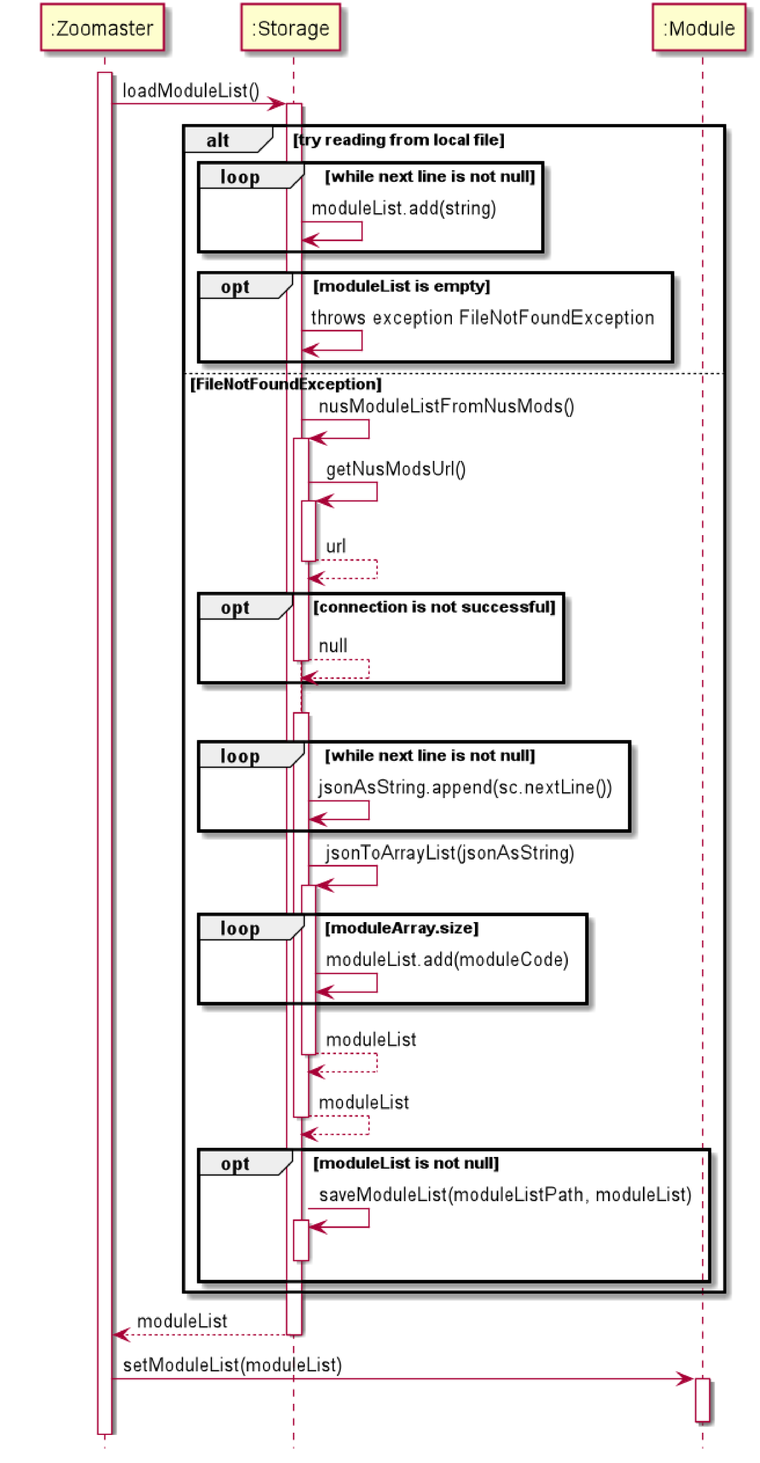
nus-cs2113-AY2021S1/tp keeps this PlantUML diagram as docs/diagrams/loadModuleList/getModuleList.png. Above is the earlier version. Its source is kept beside it as docs/diagrams/loadModuleList/getModuleList.puml. Its diagram source:
```plantuml
@startuml
hide footbox
skinparam ParticipantPadding 20

participant ":Zoomaster" as Zoomaster
participant ":Storage" as Storage
participant "<<class>> :Module" as Module


activate Zoomaster
Zoomaster-> Storage : loadModuleList()
activate Storage



alt try reading from local file

    loop while next line is not null
         Storage -> Storage : moduleList.add(string)

    end loop

    opt moduleList is empty
    Storage -> Storage : throws exception FileNotFoundException
    end opt


else FileNotFoundException
    Storage -> Storage : nusModuleListFromNusMods()
    activate Storage
        Storage -> Storage : getNusModsUrl()

        activate Storage
            Storage --> Storage : url
        deactivate Storage

        opt connection is not successful
            Storage --> Storage : null
            deactivate Storage
        end opt

            Storage -> Storage :
        activate Storage

            loop while next line is not null
                 Storage -> Storage : jsonAsString.append(sc.nextLine())

            end loop
            Storage -> Storage : jsonToArrayList(jsonAsString)
            activate Storage

                loop moduleArray.size
                Storage -> Storage : moduleList.add(moduleCode)
                end loop
                Storage --> Storage : moduleList

            deactivate Storage
            Storage --> Storage : moduleList
            deactivate Storage


                opt moduleList is not null
                    Storage -> Storage : saveModuleList(moduleListPath, moduleList)
                    activate Storage
                    deactivate Storage
                end opt
        end alt

                Storage --> Zoomaster : moduleList

        deactivate Storage




Zoomaster -> Module : setModuleList(moduleList)
activate Module
deactivate Module


@enduml
```
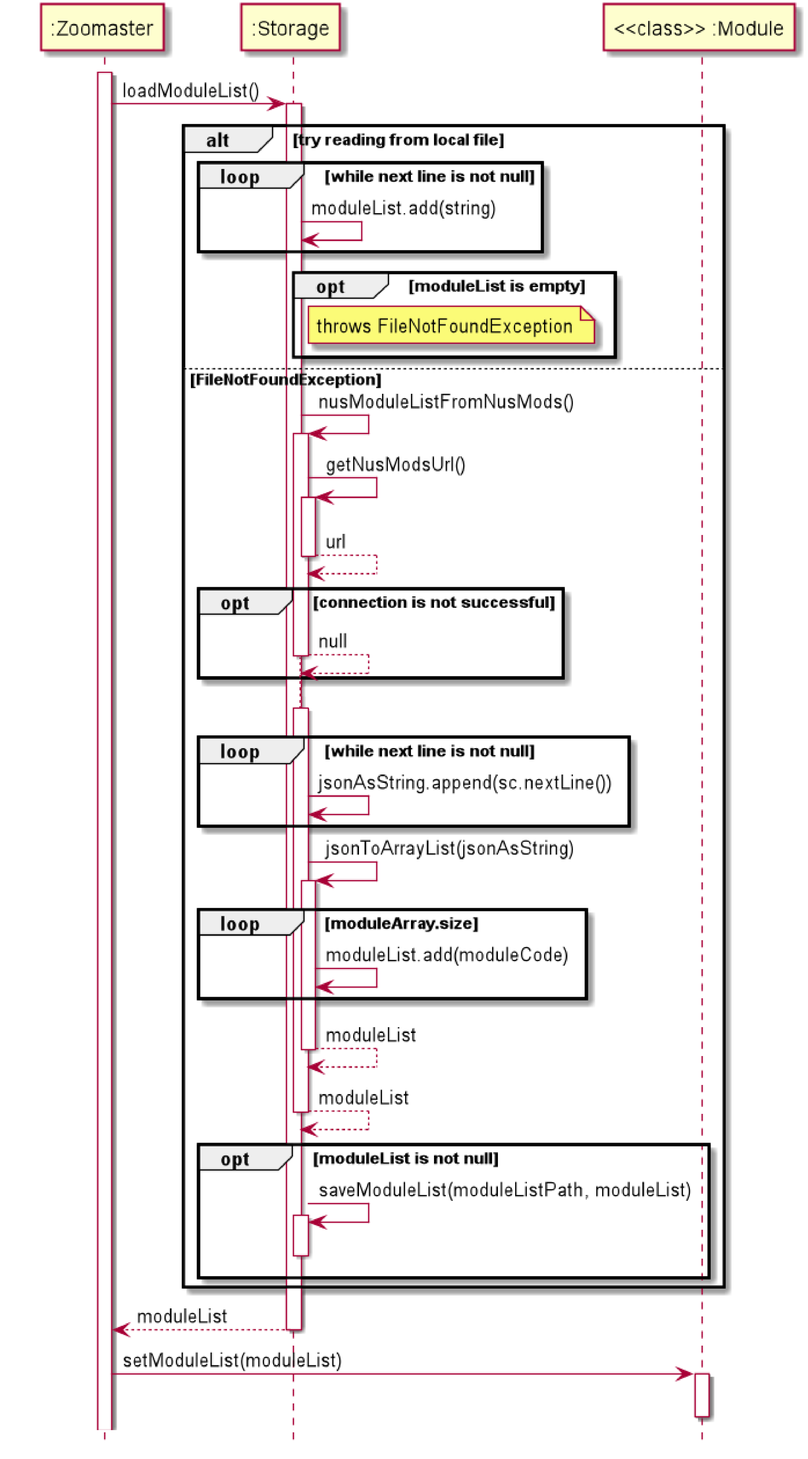
After the change.

Diff of the diagram source:
```diff
@@ -21,7 +21,7 @@
     end loop
 
     opt moduleList is empty
-    Storage -> Storage : throws exception FileNotFoundException
+    note right of Storage : throws FileNotFoundException
     end opt
 
 
```
